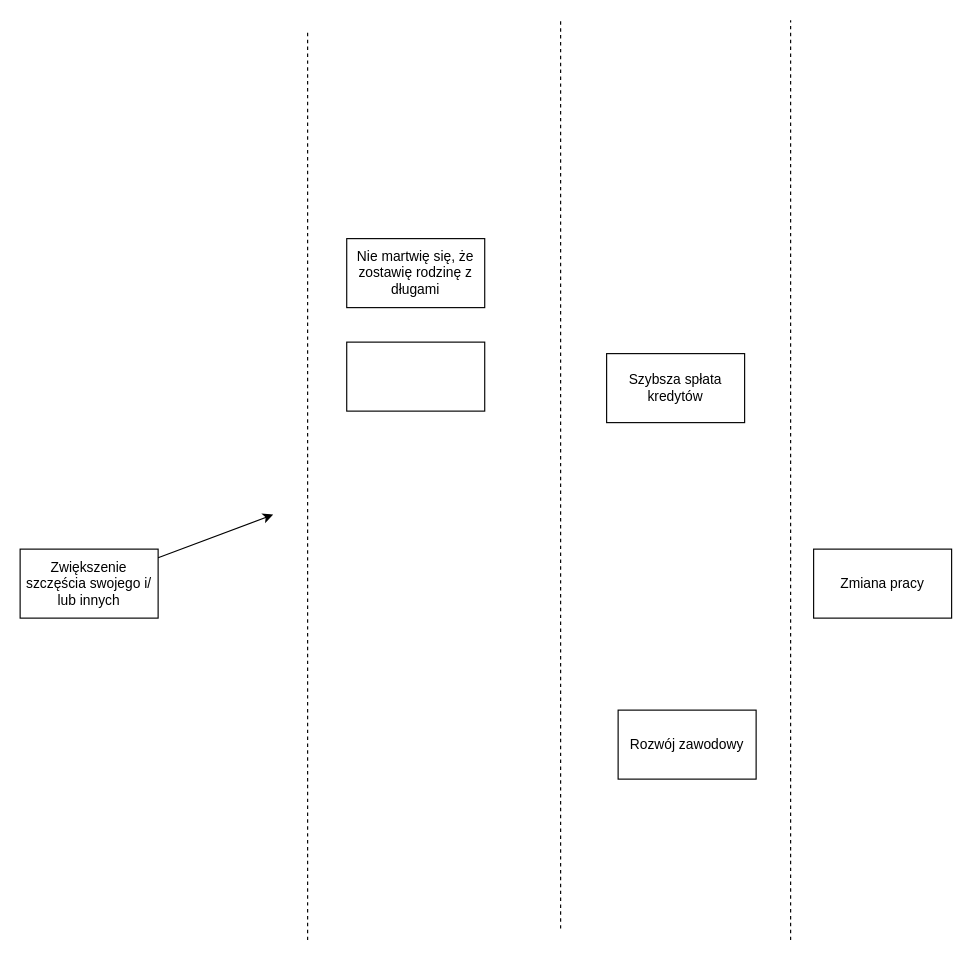
Above: Untitled Diagram.drawio in wpietron/fazi (draw.io), before the change. Source tidied: cells renumbered, new cells numbered last; positions are measured from the earlier drawing's top-left corner, leaving out a move shared by most shapes. Both pictures are drawn from the tidied source at 115%, with x=0, y=0 at pixel (20, 20).
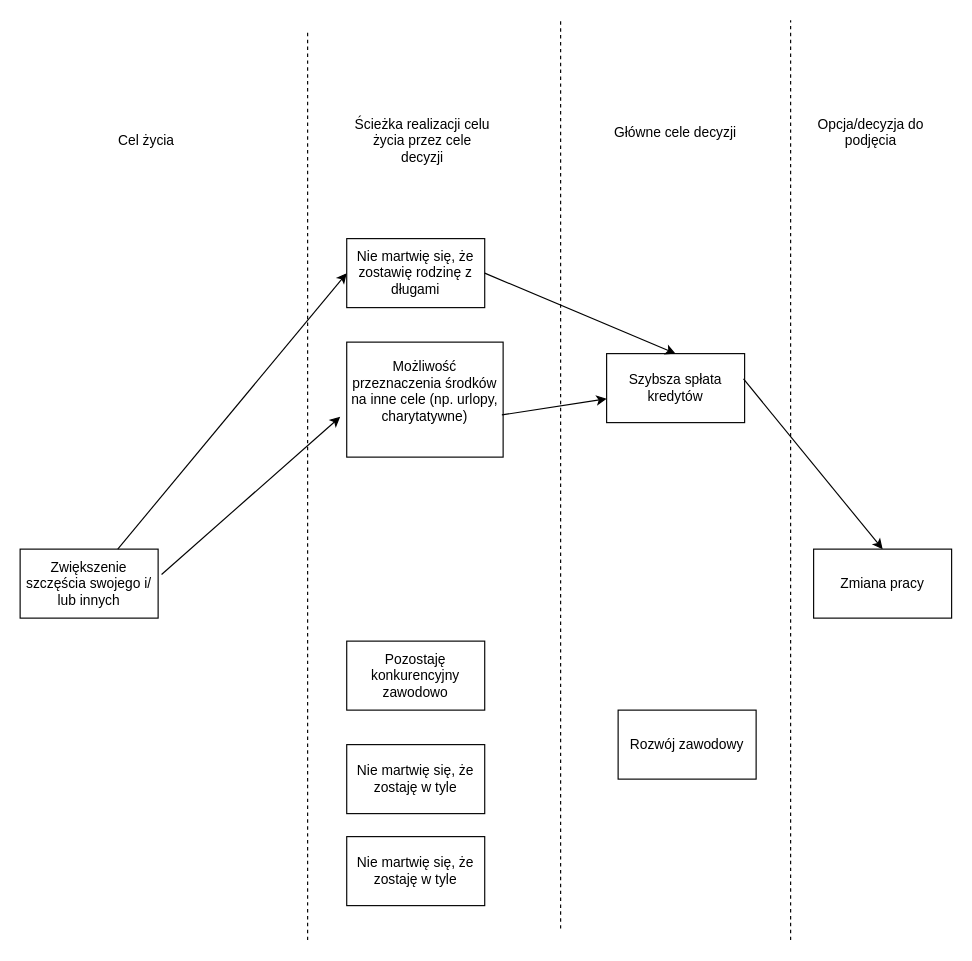
Above is the later version.

Unchanged cells that the change refers to:
```xml
<mxCell id="2" value="&lt;div&gt;Zmiana pracy&lt;/div&gt;" style="rounded=0;whiteSpace=wrap;html=1;" parent="1" vertex="1">
  <mxGeometry x="690" y="460" width="120" height="60" as="geometry" />
</mxCell>
<mxCell id="3" value="&lt;div&gt;Zwiększenie szczęścia swojego i/&lt;/div&gt;&lt;div&gt;lub innych&lt;/div&gt;" style="rounded=0;whiteSpace=wrap;html=1;" parent="1" vertex="1">
  <mxGeometry y="460" width="120" height="60" as="geometry" />
</mxCell>
<mxCell id="5" value="&lt;div&gt;Szybsza spłata kredytów&lt;/div&gt;" style="rounded=0;whiteSpace=wrap;html=1;" parent="1" vertex="1">
  <mxGeometry x="510" y="290" width="120" height="60" as="geometry" />
</mxCell>
<mxCell id="7" value="Nie martwię się, że zostawię rodzinę z długami" style="rounded=0;whiteSpace=wrap;html=1;" parent="1" vertex="1">
  <mxGeometry x="284" y="190" width="120" height="60" as="geometry" />
</mxCell>
```

What changed in the source:
```diff
@@
-    <mxCell id="4" style="endArrow=classic;html=1;" parent="1" edge="1" source="3">
-      <mxGeometry relative="1" as="geometry">
-        <mxPoint x="220" y="430" as="targetPoint" />
-      </mxGeometry>
+    <mxCell id="4" style="endArrow=classic;html=1;entryX=0;entryY=0.5;entryDx=0;entryDy=0;" parent="1" edge="1" source="3" target="7">
+      <mxGeometry relative="1" as="geometry" />
     </mxCell>
@@
-    <mxCell id="8" style="rounded=0;whiteSpace=wrap;html=1;" parent="1" vertex="1">
-      <mxGeometry x="284" y="280" width="120" height="60" as="geometry" />
+    <mxCell id="8" value="&lt;div&gt;Możliwość przeznaczenia środków na inne cele (np. urlopy, charytatywne)&lt;/div&gt;&lt;div&gt;&lt;br&gt;&lt;/div&gt;" style="rounded=0;whiteSpace=wrap;html=1;" parent="1" vertex="1">
+      <mxGeometry x="284" y="280" width="136" height="100" as="geometry" />
     </mxCell>
@@
+    <mxCell id="12" value="&lt;div&gt;Opcja/decyzja do podjęcia&lt;/div&gt;&lt;div&gt;&lt;br&gt;&lt;/div&gt;" style="text;html=1;strokeColor=none;fillColor=none;align=center;verticalAlign=middle;whiteSpace=wrap;rounded=0;" parent="1" vertex="1">
+      <mxGeometry x="680" y="70" width="120" height="70" as="geometry" />
+    </mxCell>
+    <mxCell id="13" value="&lt;div&gt;Główne cele decyzji&lt;/div&gt;&lt;div&gt;&lt;br&gt;&lt;/div&gt;" style="text;html=1;strokeColor=none;fillColor=none;align=center;verticalAlign=middle;whiteSpace=wrap;rounded=0;" parent="1" vertex="1">
+      <mxGeometry x="510" y="70" width="120" height="70" as="geometry" />
+    </mxCell>
+    <mxCell id="14" value="&lt;div&gt;Ścieżka realizacji celu życia przez cele decyzji&lt;/div&gt;" style="text;html=1;strokeColor=none;fillColor=none;align=center;verticalAlign=middle;whiteSpace=wrap;rounded=0;" parent="1" vertex="1">
+      <mxGeometry x="290" y="70" width="120" height="70" as="geometry" />
+    </mxCell>
+    <mxCell id="15" value="Cel życia" style="text;html=1;strokeColor=none;fillColor=none;align=center;verticalAlign=middle;whiteSpace=wrap;rounded=0;" parent="1" vertex="1">
+      <mxGeometry x="50" y="70" width="120" height="70" as="geometry" />
+    </mxCell>
+    <mxCell id="16" style="endArrow=classic;html=1;exitX=1.025;exitY=0.367;exitDx=0;exitDy=0;exitPerimeter=0;entryX=-0.042;entryY=0.65;entryDx=0;entryDy=0;entryPerimeter=0;" parent="1" edge="1" source="3" target="8">
+      <mxGeometry relative="1" as="geometry" />
+    </mxCell>
+    <mxCell id="17" style="endArrow=classic;html=1;exitX=0.992;exitY=0.633;exitDx=0;exitDy=0;exitPerimeter=0;" parent="1" edge="1" source="8" target="5">
+      <mxGeometry relative="1" as="geometry" />
+    </mxCell>
+    <mxCell id="18" style="endArrow=classic;html=1;exitX=1;exitY=0.5;exitDx=0;exitDy=0;entryX=0.5;entryY=0;entryDx=0;entryDy=0;" parent="1" edge="1" source="7" target="5">
+      <mxGeometry relative="1" as="geometry" />
+    </mxCell>
+    <mxCell id="19" style="endArrow=classic;html=1;exitX=0.992;exitY=0.367;exitDx=0;exitDy=0;exitPerimeter=0;entryX=0.5;entryY=0;entryDx=0;entryDy=0;" parent="1" edge="1" source="5" target="2">
+      <mxGeometry relative="1" as="geometry" />
+    </mxCell>
+    <mxCell id="20" value="&lt;div&gt;Pozostaję konkurencyjny zawodowo&lt;/div&gt;" style="rounded=0;whiteSpace=wrap;html=1;" parent="1" vertex="1">
+      <mxGeometry x="284" y="540" width="120" height="60" as="geometry" />
+    </mxCell>
+    <mxCell id="21" value="&lt;div&gt;Nie martwię się, że zostaję w tyle&lt;/div&gt;" style="rounded=0;whiteSpace=wrap;html=1;" parent="1" vertex="1">
+      <mxGeometry x="284" y="630" width="120" height="60" as="geometry" />
+    </mxCell>
+    <mxCell id="22" value="&lt;div&gt;Nie martwię się, że zostaję w tyle&lt;/div&gt;" style="rounded=0;whiteSpace=wrap;html=1;" parent="1" vertex="1">
+      <mxGeometry x="284" y="710" width="120" height="60" as="geometry" />
+    </mxCell>
```
